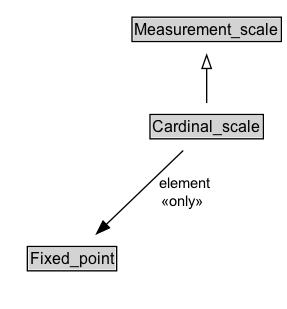
The Graphviz diagram docs/diagrams/Cardinal_scale.dot.png in ISO-TC204/ontology-i72-v1, before a commit. Its source is kept beside it as docs/diagrams/Cardinal_scale.dot. The source it was exported from:
```dot
digraph {
	graph [overlap=false rankdir=TB splines=true]
	node [fontname=Arial fontsize=12 margin=0 shape=none]
	edge [fontname=Arial fontsize=11]
	{
		rank=max
		Cardinal_scale [label=<<TABLE BORDER="1" CELLBORDER="0" CELLSPACING="0" CELLPADDING="1"><TR><TD BGCOLOR="lightgray" ALIGN="CENTER" PORT="e">Cardinal_scale</TD></TR></TABLE>> URL="../Cardinal_scale.md" margin=0]
	}
	subgraph cluster_associated {
		label="" style=invis
		Invis [label=<<TABLE BORDER="0" CELLBORDER="0" CELLSPACING="0" CELLPADDING="1"><TR><TD></TD></TR></TABLE>> margin=0 style=invis]
		Fixed_point [label=<<TABLE BORDER="1" CELLBORDER="0" CELLSPACING="0" CELLPADDING="1"><TR><TD BGCOLOR="lightgray" ALIGN="CENTER">Fixed_point</TD></TR></TABLE>> URL="../Fixed_point.md" margin=0]
	}
	Measurement_scale [label=<<TABLE BORDER="1" CELLBORDER="0" CELLSPACING="0" CELLPADDING="1"><TR><TD BGCOLOR="lightgray" ALIGN="CENTER">Measurement_scale</TD></TR></TABLE>> URL="../Measurement_scale.md" margin=0]
	Cardinal_scale -> Measurement_scale [arrowhead=onormal style=solid]
	Cardinal_scale -> Invis [style=invis]
	Invis -> Fixed_point [style=invis]
	Cardinal_scale -> Fixed_point [label=" element
 «only»  " arrowhead=normal style=solid]
}
```
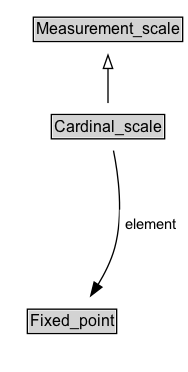
The same file after the commit.

The edit, as a diff of the source:
```diff
@@ -3,18 +3,21 @@
 	node [fontname=Arial fontsize=12 margin=0 shape=none]
 	edge [fontname=Arial fontsize=11]
 	{
+		rank=source
+		Measurement_scale [label=<<TABLE BORDER="1" CELLBORDER="0" CELLSPACING="0" CELLPADDING="1"><TR><TD BGCOLOR="lightgray" ALIGN="CENTER">Measurement_scale</TD></TR></TABLE>> URL="../Measurement_scale" margin=0]
+	}
+	Cardinal_scale [label=<<TABLE BORDER="1" CELLBORDER="0" CELLSPACING="0" CELLPADDING="1"><TR><TD BGCOLOR="lightgray" ALIGN="CENTER">Cardinal_scale</TD></TR></TABLE>> URL="../Cardinal_scale" margin=0]
+	{
 		rank=max
-		Cardinal_scale [label=<<TABLE BORDER="1" CELLBORDER="0" CELLSPACING="0" CELLPADDING="1"><TR><TD BGCOLOR="lightgray" ALIGN="CENTER" PORT="e">Cardinal_scale</TD></TR></TABLE>> URL="../Cardinal_scale.md" margin=0]
 	}
 	subgraph cluster_associated {
 		label="" style=invis
 		Invis [label=<<TABLE BORDER="0" CELLBORDER="0" CELLSPACING="0" CELLPADDING="1"><TR><TD></TD></TR></TABLE>> margin=0 style=invis]
-		Fixed_point [label=<<TABLE BORDER="1" CELLBORDER="0" CELLSPACING="0" CELLPADDING="1"><TR><TD BGCOLOR="lightgray" ALIGN="CENTER">Fixed_point</TD></TR></TABLE>> URL="../Fixed_point.md" margin=0]
+		Fixed_point [label=<<TABLE BORDER="1" CELLBORDER="0" CELLSPACING="0" CELLPADDING="1"><TR><TD BGCOLOR="lightgray" ALIGN="CENTER">Fixed_point</TD></TR></TABLE>> URL="../Fixed_point" margin=0]
 	}
-	Measurement_scale [label=<<TABLE BORDER="1" CELLBORDER="0" CELLSPACING="0" CELLPADDING="1"><TR><TD BGCOLOR="lightgray" ALIGN="CENTER">Measurement_scale</TD></TR></TABLE>> URL="../Measurement_scale.md" margin=0]
 	Cardinal_scale -> Measurement_scale [arrowhead=onormal style=solid]
 	Cardinal_scale -> Invis [style=invis]
 	Invis -> Fixed_point [style=invis]
-	Cardinal_scale -> Fixed_point [label=" element
- «only»  " arrowhead=normal style=solid]
+	Fixed_point [label=<<TABLE BORDER="1" CELLBORDER="0" CELLSPACING="0" CELLPADDING="1"><TR><TD BGCOLOR="lightgray" ALIGN="CENTER">Fixed_point</TD></TR></TABLE>> URL="../Fixed_point" margin=0]
+	Cardinal_scale -> Fixed_point [label=<<TABLE BORDER="0" CELLBORDER="0" CELLSPACING="0" CELLPADDING="4" BGCOLOR="white"><TR><TD ALIGN="CENTER">element</TD></TR></TABLE>> arrowhead=normal style=solid]
 }
```
